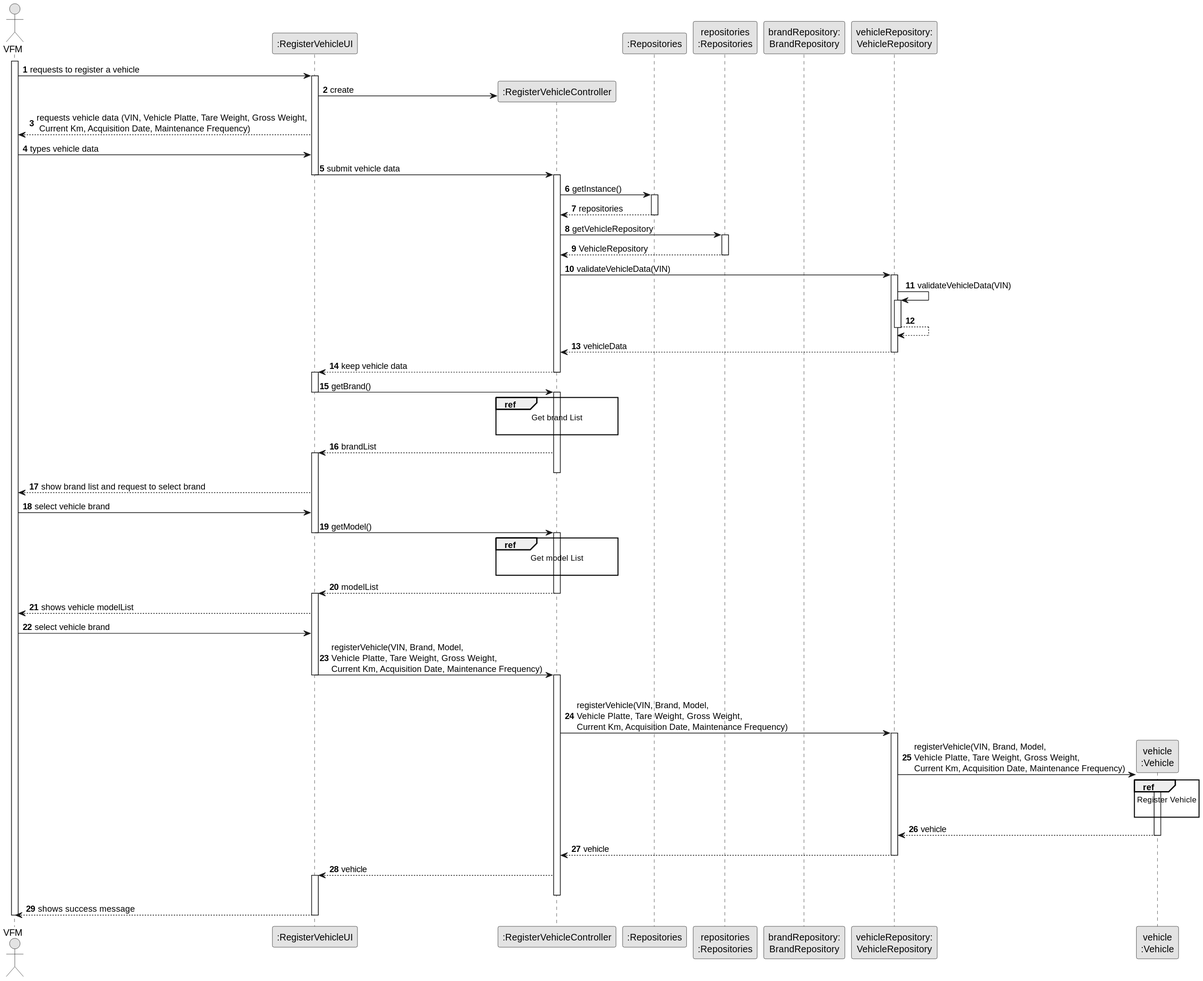
Before: docs/sprintB/us006/03.design/svg/us006-sequence-diagram-split.svg, a diagram exported from PlantUML (ricardomm7/leaflink).
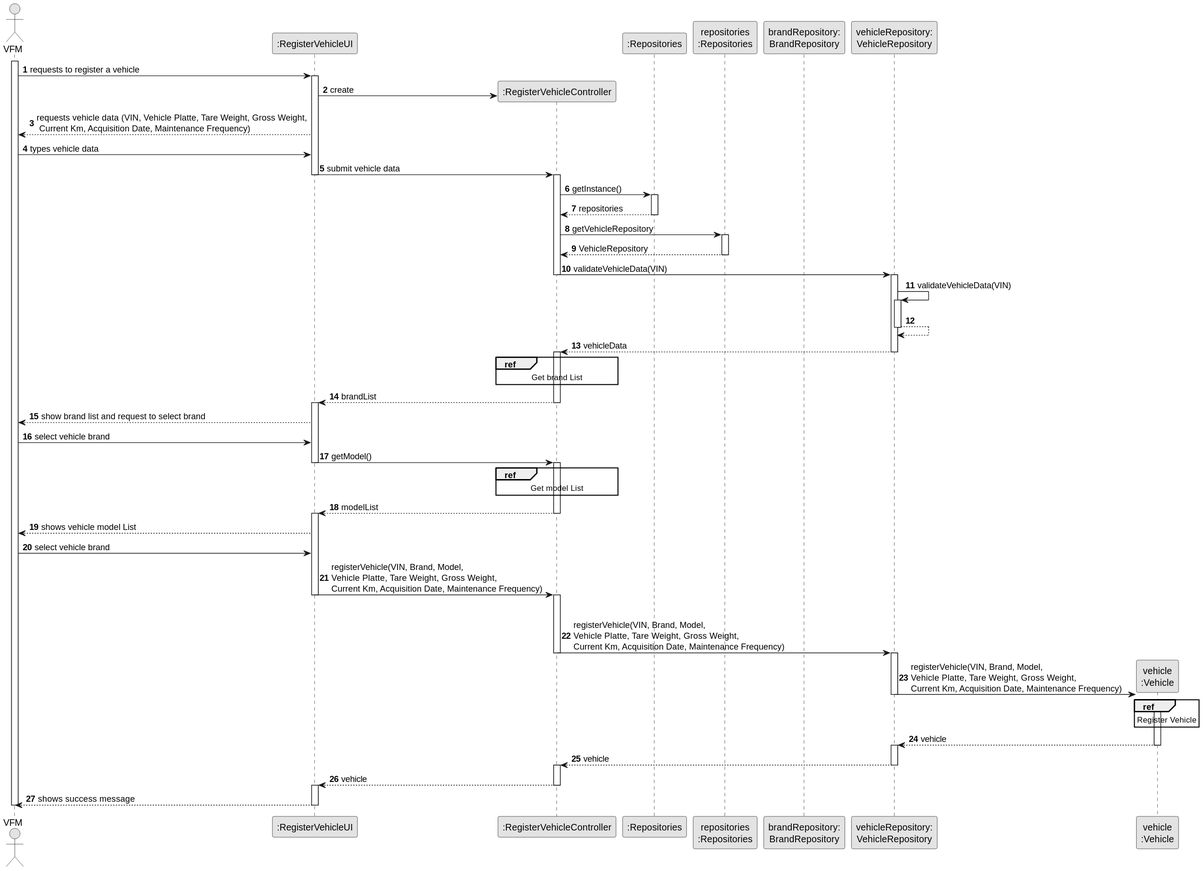
Above is the later version.

The edit, as a diff of the source:
```diff
@@ -43,6 +43,7 @@
             deactivate PLAT
 
             CTRL -> VehicleRepository : validateVehicleData(VIN)
+            deactivate CTRL
             activate VehicleRepository
 
             VehicleRepository -> VehicleRepository: validateVehicleData(VIN)
@@ -51,27 +52,20 @@
             VehicleRepository --> VehicleRepository
             deactivate VehicleRepository
 
+            VehicleRepository --> CTRL : vehicleData
+            deactivate VehicleRepository
+            activate CTRL
 
 
-            VehicleRepository --> CTRL : vehicleData
-            deactivate VehicleRepository
 
-        CTRL --> UI : keep vehicle data
-        deactivate CTRL
-        activate UI
-
-        UI -> CTRL : getBrand()
-        deactivate UI
-        activate CTRL
 
             ref over CTRL
                                             Get brand List
-
                                         end ref
 
             CTRL --> UI: brandList
+            deactivate CTRL
             activate UI
-            deactivate CTRL
 
 
 
@@ -85,7 +79,6 @@
 
         ref over CTRL
                                             Get model List
-
                                         end ref
 
 
@@ -95,7 +88,9 @@
     activate UI
 
 
-        UI --> VFM : shows vehicle modelList
+    UI --> VFM : shows vehicle model List
+
+
 
     VFM -> UI : select vehicle brand
 
@@ -105,28 +100,32 @@
 
             |||
             CTRL -> VehicleRepository : registerVehicle(VIN, Brand, Model, \nVehicle Platte, Tare Weight, Gross Weight, \nCurrent Km, Acquisition Date, Maintenance Frequency)
+            deactivate CTRL
             activate VehicleRepository
 
                 VehicleRepository -> VEI **: registerVehicle(VIN, Brand, Model, \nVehicle Platte, Tare Weight, Gross Weight, \nCurrent Km, Acquisition Date, Maintenance Frequency)
+                deactivate VehicleRepository
                 activate VEI
 
                         ref over VEI
                                                                     Register Vehicle
-
                                                                 end ref
 
 
+                 VEI --> VehicleRepository: vehicle
+                                deactivate VEI
 
-
-                VEI --> VehicleRepository: vehicle
-                deactivate VEI
+                activate VehicleRepository
 
             VehicleRepository --> CTRL: vehicle
             deactivate VehicleRepository
+            activate CTRL
 
             CTRL --> UI: vehicle
+            deactivate CTRL
+
 activate UI
-deactivate CTRL
+
         UI --> VFM : shows success message
     deactivate UI
 
```
